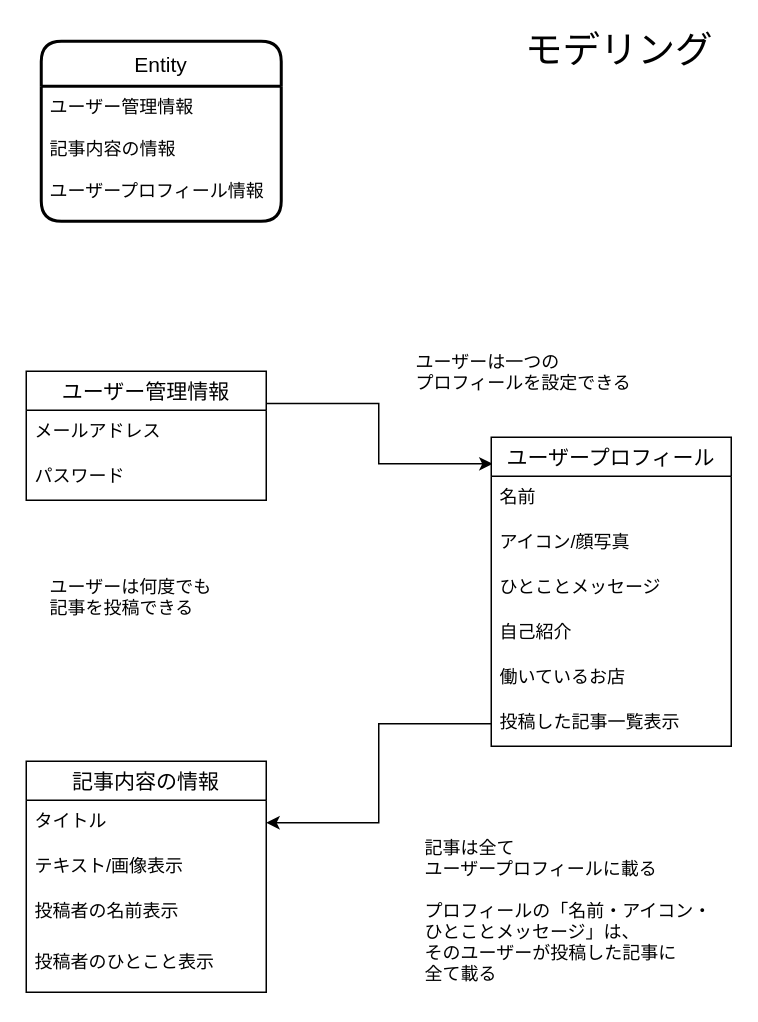
Above: youme.dio in yait-ucess/YouMe (draw.io), before the change. Source tidied: cells renumbered, new cells numbered last; positions are measured from the earlier drawing's top-left corner, leaving out a move shared by most shapes. Both pictures are drawn from the tidied source at 150%, with x=0, y=0 at pixel (26, 26).
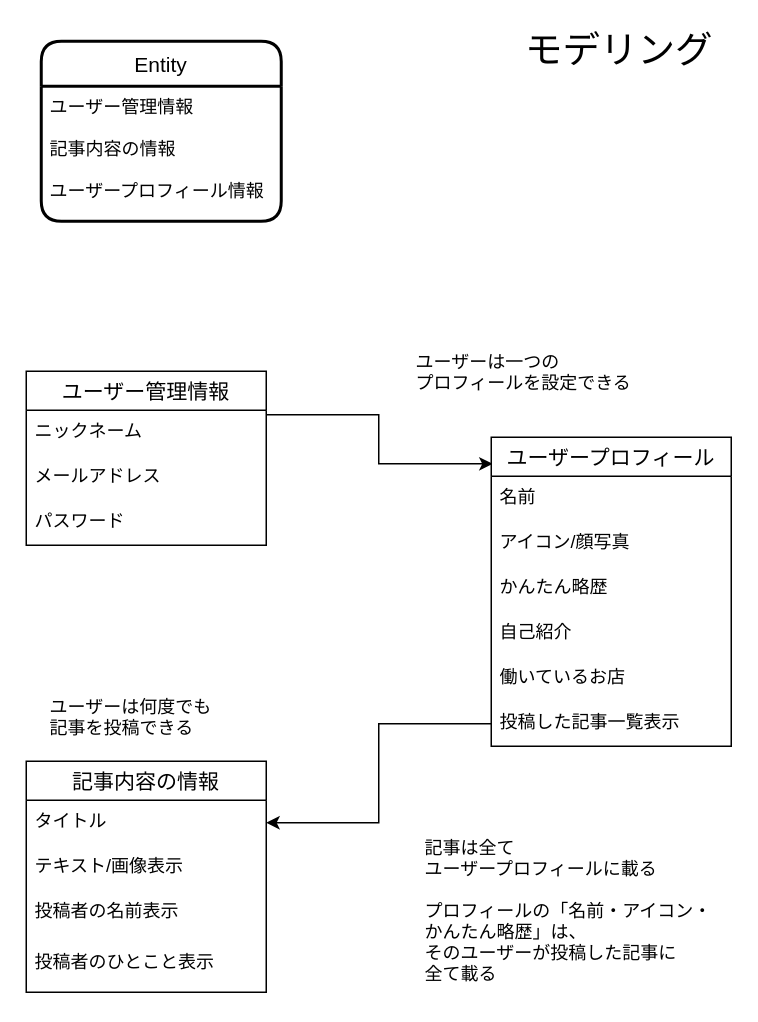
After the change.

Unchanged cells that the change refers to:
```xml
<mxCell id="16" value="ユーザープロフィール" style="swimlane;fontStyle=0;horizontal=1;startSize=26;align=center;fontSize=14;" parent="1" vertex="1">
  <mxGeometry x="310" y="274" width="160" height="206" as="geometry" />
</mxCell>
```

What changed in the source:
```diff
@@
     <mxCell id="5" value="ユーザー管理情報" style="swimlane;fontStyle=0;horizontal=1;startSize=26;align=center;fontSize=14;" parent="1" vertex="1">
-      <mxGeometry y="230" width="160" height="86" as="geometry" />
+      <mxGeometry y="230" width="160" height="116" as="geometry" />
     </mxCell>
-    <mxCell id="6" value="メールアドレス&#10;&#10;" style="text;strokeColor=none;fillColor=none;spacingLeft=4;spacingRight=4;overflow=hidden;fontSize=12;" parent="5" vertex="1">
+    <mxCell id="6" value="ニックネーム&#10;" style="text;strokeColor=none;fillColor=none;spacingLeft=4;spacingRight=4;overflow=hidden;fontSize=12;" parent="5" vertex="1">
       <mxGeometry y="26" width="160" height="30" as="geometry" />
     </mxCell>
-    <mxCell id="7" value="パスワード" style="text;strokeColor=none;fillColor=none;spacingLeft=4;spacingRight=4;overflow=hidden;fontSize=12;" parent="5" vertex="1">
+    <mxCell id="7" value="メールアドレス" style="text;strokeColor=none;fillColor=none;spacingLeft=4;spacingRight=4;overflow=hidden;fontSize=12;" parent="5" vertex="1">
       <mxGeometry y="56" width="160" height="30" as="geometry" />
     </mxCell>
+    <mxCell id="25" value="パスワード" style="text;strokeColor=none;fillColor=none;spacingLeft=4;spacingRight=4;overflow=hidden;fontSize=12;" parent="5" vertex="1">
+      <mxGeometry y="86" width="160" height="30" as="geometry" />
+    </mxCell>
@@
     <mxCell id="14" value="ユーザーは何度でも&#10;記事を投稿できる" style="text;strokeColor=none;fillColor=none;spacingLeft=4;spacingRight=4;overflow=hidden;fontSize=12;" parent="1" vertex="1">
-      <mxGeometry x="10" y="360" width="160" height="34" as="geometry" />
+      <mxGeometry x="10" y="440" width="160" height="34" as="geometry" />
     </mxCell>
@@
-    <mxCell id="19" value="ひとことメッセージ" style="text;strokeColor=none;fillColor=none;spacingLeft=4;spacingRight=4;overflow=hidden;fontSize=12;" parent="16" vertex="1">
+    <mxCell id="19" value="かんたん略歴" style="text;strokeColor=none;fillColor=none;spacingLeft=4;spacingRight=4;overflow=hidden;fontSize=12;" parent="16" vertex="1">
       <mxGeometry y="86" width="160" height="30" as="geometry" />
     </mxCell>
@@
-    <mxCell id="23" value="記事は全て&#10;ユーザープロフィールに載る&#10;&#10;プロフィールの「名前・アイコン・&#10;ひとことメッセージ」は、&#10;そのユーザーが投稿した記事に&#10;全て載る" style="text;strokeColor=none;fillColor=none;spacingLeft=4;spacingRight=4;overflow=hidden;fontSize=12;" parent="1" vertex="1">
+    <mxCell id="23" value="記事は全て&#10;ユーザープロフィールに載る&#10;&#10;プロフィールの「名前・アイコン・&#10;かんたん略歴」は、&#10;そのユーザーが投稿した記事に&#10;全て載る" style="text;strokeColor=none;fillColor=none;spacingLeft=4;spacingRight=4;overflow=hidden;fontSize=12;" parent="1" vertex="1">
       <mxGeometry x="260" y="534" width="210" height="110" as="geometry" />
     </mxCell>
```
